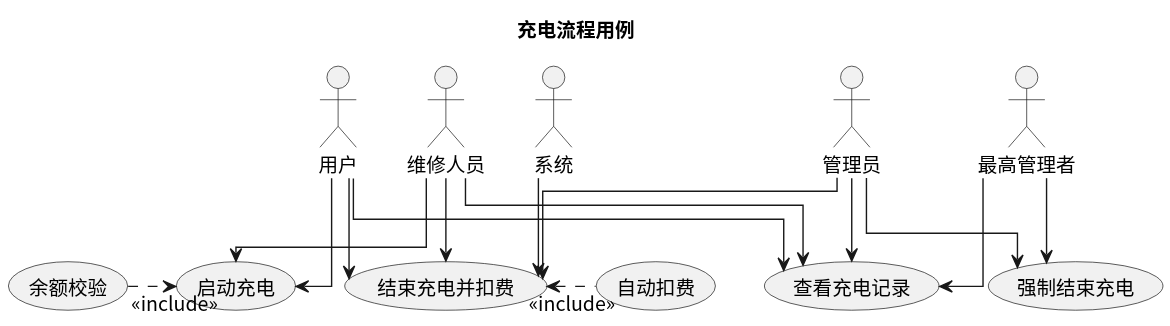
The PlantUML diagram usecase/docs/backend/img/charging_flow.svg in greenhandzdl/charging-station-doc, before a commit.
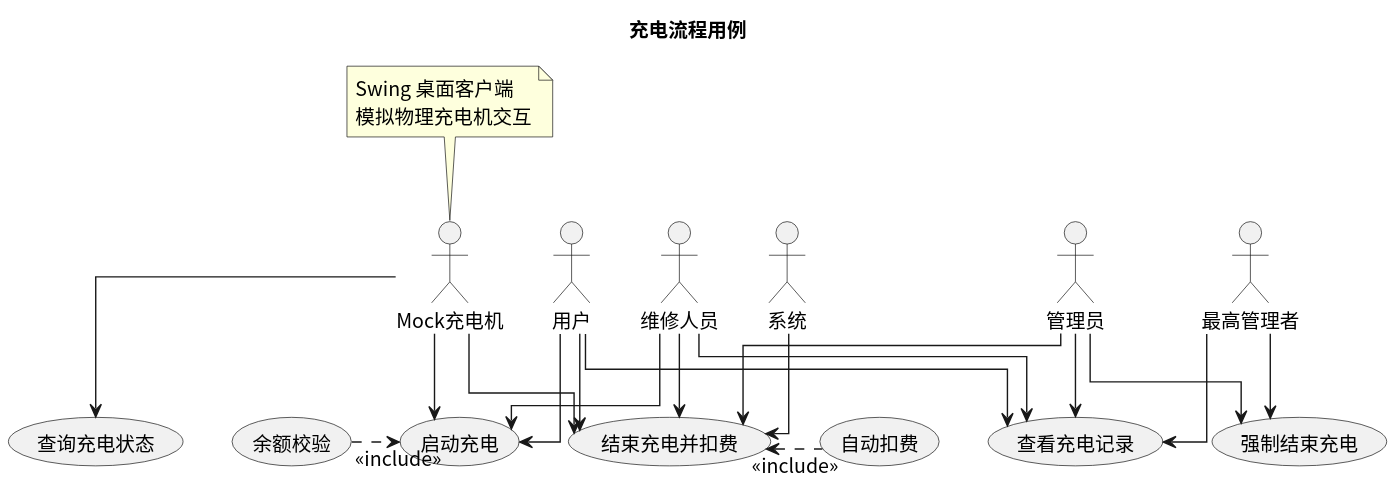
The same diagram one commit later.

The edit, as a diff of the source:
```diff
@@ -8,6 +8,7 @@
 actor "维修人员" as M
 actor "管理员" as A
 actor "最高管理者" as SA
+actor "Mock充电机" as MC
 actor "系统" as S
 
 (启动充电)
@@ -16,6 +17,7 @@
 (自动扣费)
 (强制结束充电)
 (查看充电记录)
+(查询充电状态)
 
 U --> 启动充电
 U --> 结束充电并扣费
@@ -28,6 +30,10 @@
 A --> 查看充电记录
 SA --> 强制结束充电
 SA --> 查看充电记录
+MC --> 启动充电
+MC --> 结束充电并扣费
+MC --> 查询充电状态
+note top of MC : Swing 桌面客户端\n模拟物理充电机交互
 S --> 结束充电并扣费
 
 启动充电 <.left. 余额校验 : <<include>>
```
